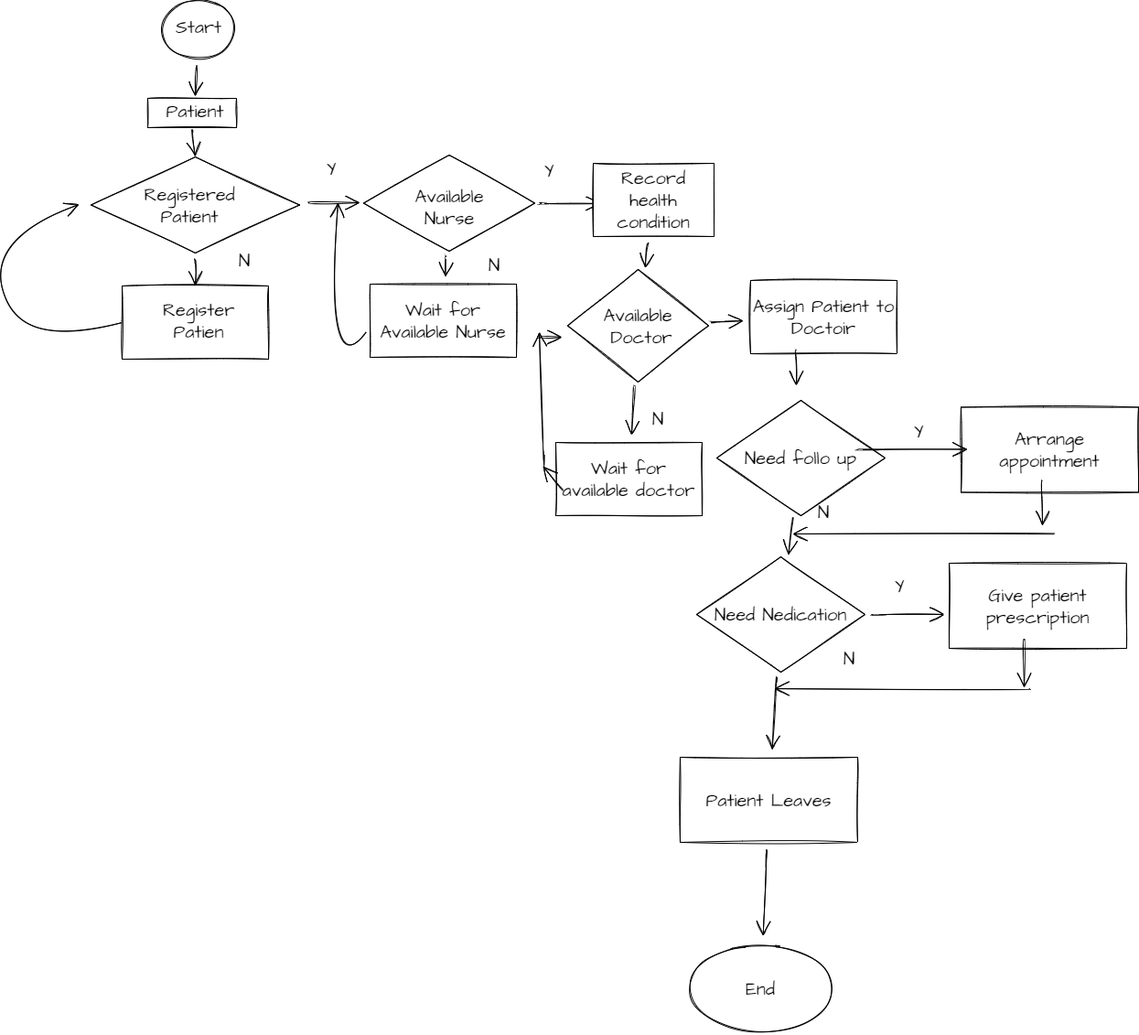
Above: FlowChart.png in RichardO512/clinical.github.io (draw.io), before the change. Source tidied: cells renumbered, new cells last; positions are measured from the earlier drawing's top-left corner, leaving out a move shared by most shapes.
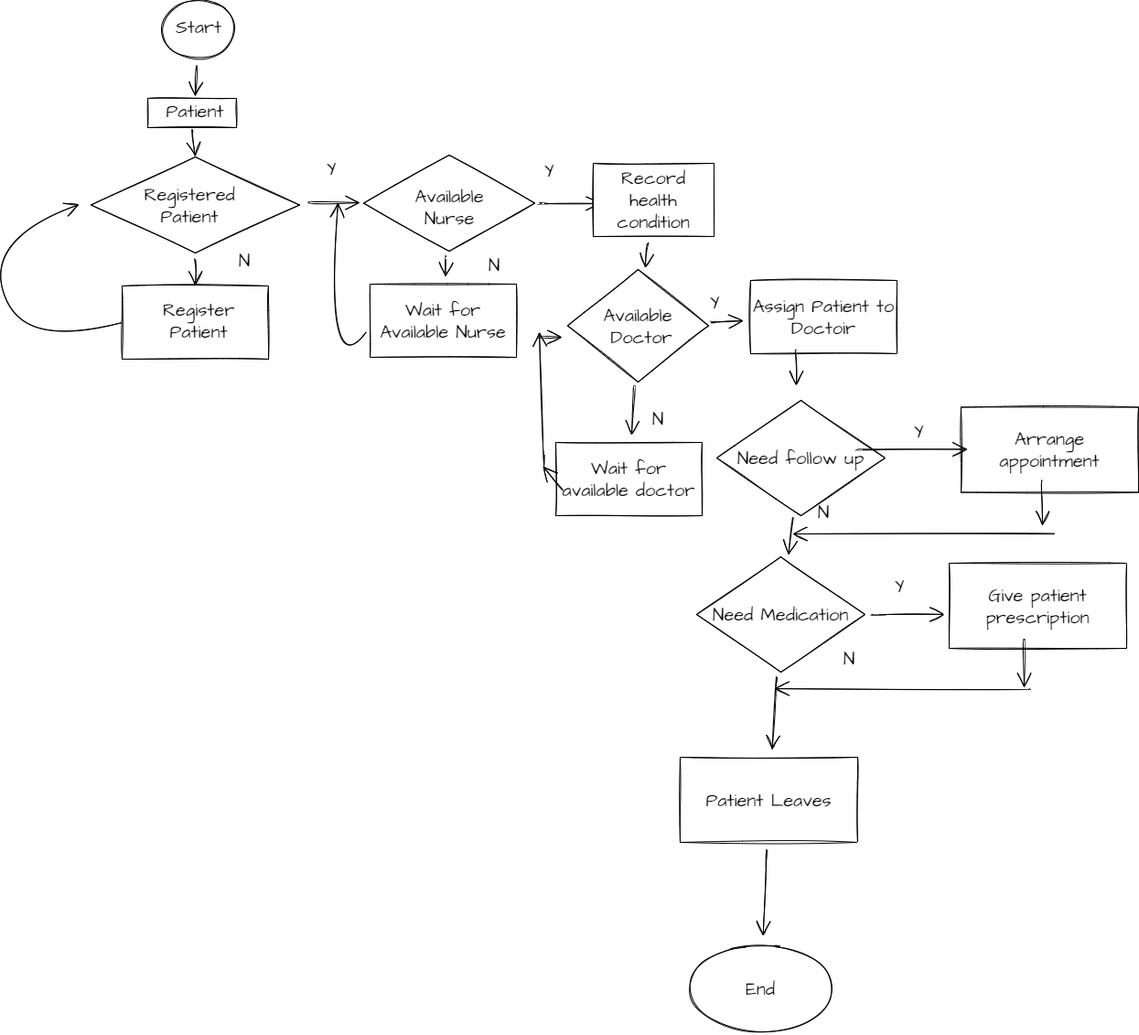
Above is the later version.

Commit message:
Flowchart ang Algo Pseudo

Diff of the diagram source:
```diff
@@ -43,7 +43,7 @@
     <mxCell id="14" style="rounded=0;whiteSpace=wrap;html=1;sketch=1;hachureGap=4;fontFamily=Architects Daughter;fontSource=https%3A%2F%2Ffonts.googleapis.com%2Fcss%3Ffamily%3DArchitects%2BDaughter;fontSize=20;" parent="1" vertex="1">
       <mxGeometry x="149" y="312" width="160" height="80" as="geometry" />
     </mxCell>
-    <mxCell id="15" value="Register&lt;br&gt;Patien" style="text;strokeColor=none;fillColor=none;html=1;align=center;verticalAlign=middle;whiteSpace=wrap;rounded=0;sketch=1;hachureGap=4;fontFamily=Architects Daughter;fontSource=https%3A%2F%2Ffonts.googleapis.com%2Fcss%3Ffamily%3DArchitects%2BDaughter;fontSize=20;" parent="1" vertex="1">
+    <mxCell id="15" value="Register&lt;br&gt;Patient" style="text;strokeColor=none;fillColor=none;html=1;align=center;verticalAlign=middle;whiteSpace=wrap;rounded=0;sketch=1;hachureGap=4;fontFamily=Architects Daughter;fontSource=https%3A%2F%2Ffonts.googleapis.com%2Fcss%3Ffamily%3DArchitects%2BDaughter;fontSize=20;" parent="1" vertex="1">
       <mxGeometry x="202.5" y="335" width="60" height="30" as="geometry" />
     </mxCell>
     <mxCell id="16" value="&lt;span style=&quot;color: rgba(0 , 0 , 0 , 0) ; font-family: monospace ; font-size: 0px&quot;&gt;%3CmxGraphModel%3E%3Croot%3E%3CmxCell%20id%3D%220%22%2F%3E%3CmxCell%20id%3D%221%22%20parent%3D%220%22%2F%3E%3CmxCell%20id%3D%222%22%20value%3D%22Registered%26lt%3Bbr%26gt%3BPatient%22%20style%3D%22text%3BstrokeColor%3Dnone%3BfillColor%3Dnone%3Bhtml%3D1%3Balign%3Dcenter%3BverticalAlign%3Dmiddle%3BwhiteSpace%3Dwrap%3Brounded%3D0%3Bsketch%3D1%3BhachureGap%3D4%3BpointerEvents%3D0%3BfontFamily%3DArchitects%20Daughter%3BfontSource%3Dhttps%253A%252F%252Ffonts.googleapis.com%252Fcss%253Ffamily%253DArchitects%252BDaughter%3BfontSize%3D20%3B%22%20vertex%3D%221%22%20parent%3D%221%22%3E%3CmxGeometry%20x%3D%22328%22%20y%3D%22223.5%22%20width%3D%2260%22%20height%3D%2230%22%20as%3D%22geometry%22%2F%3E%3C%2FmxCell%3E%3C%2Froot%3E%3C%2FmxGraphModel%3E&lt;/span&gt;&lt;span style=&quot;color: rgba(0 , 0 , 0 , 0) ; font-family: monospace ; font-size: 0px&quot;&gt;%3CmxGraphModel%3E%3Croot%3E%3CmxCell%20id%3D%220%22%2F%3E%3CmxCell%20id%3D%221%22%20parent%3D%220%22%2F%3E%3CmxCell%20id%3D%222%22%20value%3D%22Registered%26lt%3Bbr%26gt%3BPatient%22%20style%3D%22text%3BstrokeColor%3Dnone%3BfillColor%3Dnone%3Bhtml%3D1%3Balign%3Dcenter%3BverticalAlign%3Dmiddle%3BwhiteSpace%3Dwrap%3Brounded%3D0%3Bsketch%3D1%3BhachureGap%3D4%3BpointerEvents%3D0%3BfontFamily%3DArchitects%20Daughter%3BfontSource%3Dhttps%253A%252F%252Ffonts.googleapis.com%252Fcss%253Ffamily%253DArchitects%252BDaughter%3BfontSize%3D20%3B%22%20vertex%3D%221%22%20parent%3D%221%22%3E%3CmxGeometry%20x%3D%22328%22%20y%3D%22223.5%22%20width%3D%2260%22%20height%3D%2230%22%20as%3D%22geometry%22%2F%3E%3C%2FmxCell%3E%3C%2Froot%3E%3C%2FmxGraphModel%3E&lt;/span&gt;" style="text;html=1;align=center;verticalAlign=middle;strokeColor=none;fillColor=none;sketch=1;hachureGap=4;fontFamily=Architects Daughter;fontSource=https%3A%2F%2Ffonts.googleapis.com%2Fcss%3Ffamily%3DArchitects%2BDaughter;fontSize=20;" parent="1" vertex="1">
@@ -68,7 +68,7 @@
     <mxCell id="20" style="edgeStyle=none;curved=1;rounded=0;sketch=1;hachureGap=4;jettySize=auto;html=1;fontFamily=Architects Daughter;fontSource=https%3A%2F%2Ffonts.googleapis.com%2Fcss%3Ffamily%3DArchitects%2BDaughter;fontSize=16;endArrow=open;startSize=14;endSize=14;sourcePerimeterSpacing=8;targetPerimeterSpacing=8;" parent="1" edge="1" source="21" target="24">
       <mxGeometry relative="1" as="geometry" />
     </mxCell>
-    <mxCell id="21" value="Need follo up" style="rhombus;whiteSpace=wrap;html=1;sketch=1;hachureGap=4;fontFamily=Architects Daughter;fontSource=https%3A%2F%2Ffonts.googleapis.com%2Fcss%3Ffamily%3DArchitects%2BDaughter;fontSize=20;" parent="1" vertex="1">
+    <mxCell id="21" value="Need follow up" style="rhombus;whiteSpace=wrap;html=1;sketch=1;hachureGap=4;fontFamily=Architects Daughter;fontSource=https%3A%2F%2Ffonts.googleapis.com%2Fcss%3Ffamily%3DArchitects%2BDaughter;fontSize=20;" parent="1" vertex="1">
       <mxGeometry x="799" y="437" width="184" height="126" as="geometry" />
     </mxCell>
     <mxCell id="22" style="edgeStyle=none;curved=1;rounded=0;sketch=1;hachureGap=4;jettySize=auto;html=1;fontFamily=Architects Daughter;fontSource=https%3A%2F%2Ffonts.googleapis.com%2Fcss%3Ffamily%3DArchitects%2BDaughter;fontSize=16;endArrow=open;startSize=14;endSize=14;sourcePerimeterSpacing=8;targetPerimeterSpacing=8;" parent="1" edge="1" source="24" target="28">
@@ -79,7 +79,7 @@
         <mxPoint x="1048" y="671" as="targetPoint" />
       </mxGeometry>
     </mxCell>
-    <mxCell id="24" value="Need Nedication" style="rhombus;whiteSpace=wrap;html=1;sketch=1;hachureGap=4;fontFamily=Architects Daughter;fontSource=https%3A%2F%2Ffonts.googleapis.com%2Fcss%3Ffamily%3DArchitects%2BDaughter;fontSize=20;" parent="1" vertex="1">
+    <mxCell id="24" value="Need Medication" style="rhombus;whiteSpace=wrap;html=1;sketch=1;hachureGap=4;fontFamily=Architects Daughter;fontSource=https%3A%2F%2Ffonts.googleapis.com%2Fcss%3Ffamily%3DArchitects%2BDaughter;fontSize=20;" parent="1" vertex="1">
       <mxGeometry x="777" y="608" width="184" height="126" as="geometry" />
     </mxCell>
     <mxCell id="25" value="Arrange appointment" style="whiteSpace=wrap;html=1;sketch=1;hachureGap=4;fontFamily=Architects Daughter;fontSource=https%3A%2F%2Ffonts.googleapis.com%2Fcss%3Ffamily%3DArchitects%2BDaughter;fontSize=20;" parent="1" vertex="1">
@@ -213,5 +213,8 @@
     <mxCell id="56" value="Available&lt;br&gt;Nurse" style="text;strokeColor=none;fillColor=none;html=1;align=center;verticalAlign=middle;whiteSpace=wrap;rounded=0;sketch=1;hachureGap=4;fontFamily=Architects Daughter;fontSource=https%3A%2F%2Ffonts.googleapis.com%2Fcss%3Ffamily%3DArchitects%2BDaughter;fontSize=20;" parent="1" vertex="1">
       <mxGeometry x="477" y="211" width="60" height="30" as="geometry" />
     </mxCell>
+    <mxCell id="57" value="Y" style="text;strokeColor=none;fillColor=none;html=1;align=center;verticalAlign=middle;whiteSpace=wrap;rounded=0;sketch=1;hachureGap=4;fontFamily=Architects Daughter;fontSource=https://fonts.googleapis.com/css?family=Architects+Daughter;fontSize=20;" parent="1" vertex="1">
+      <mxGeometry x="767" y="315" width="60" height="30" as="geometry" />
+    </mxCell>
   </root>
 </mxGraphModel>
```
